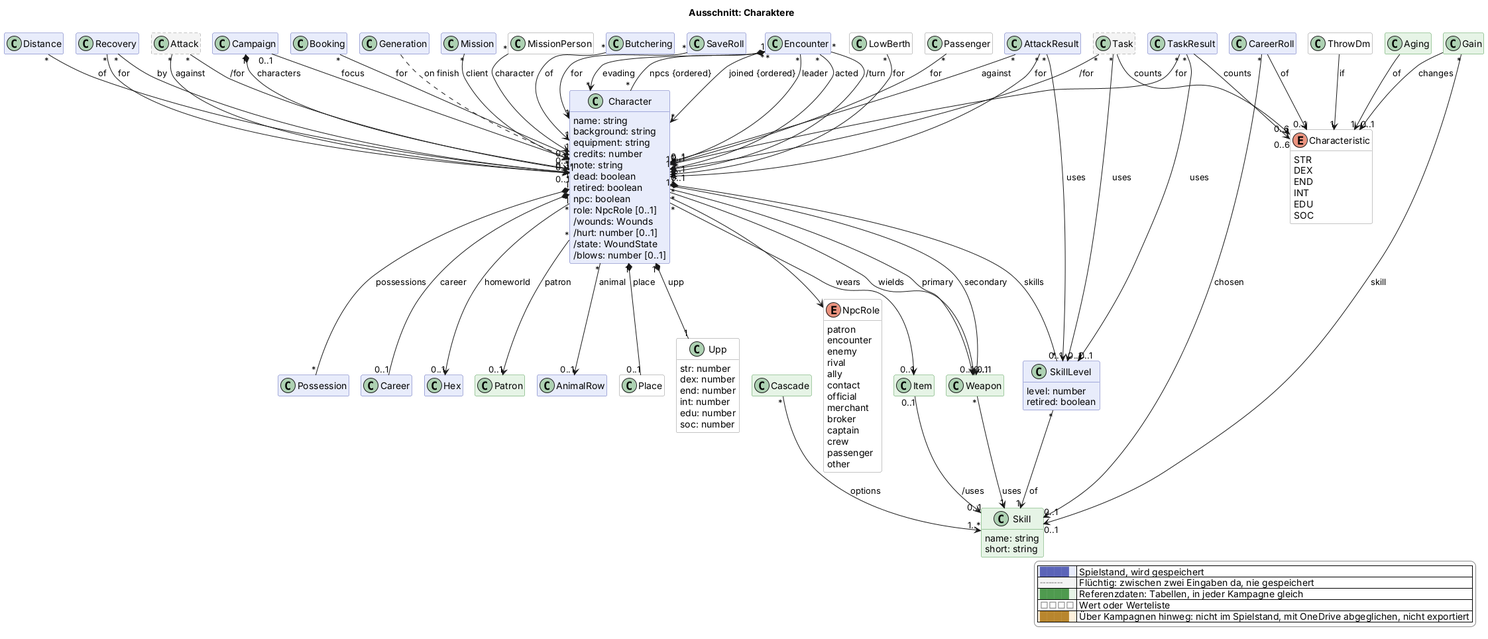
Earlier version of the PlantUML export docs/views/charakter.png (scuzzar/SRE).
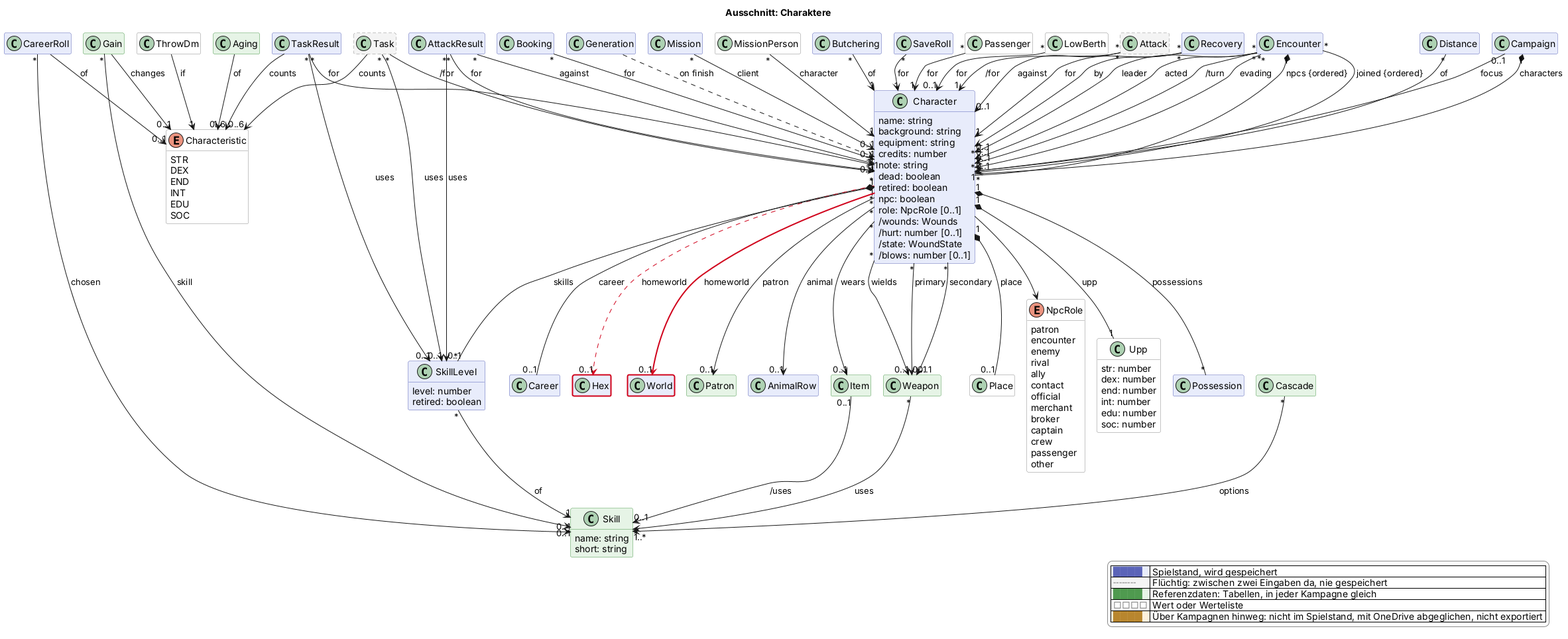
The same diagram one commit later.

Change to the diagram source:
```diff
@@ -122,6 +122,7 @@
   class CareerRoll $erschaffung
 
   class Hex $sektor
+  class World $sektor $newClass("2026-11-20b")
 
   class Mission $mission
   class MissionPerson <<value>> $mission
@@ -173,7 +174,8 @@
 
 Generation ..> Character : on finish
 Character "1" *-- "0..1" Career : career
-Character "*" --> "0..1" Hex : homeworld
+Character "*" -$goneArrow("2026-11-20b")-> "0..1" Hex : homeworld
+Character "*" -$newArrow("2026-11-20b")-> "0..1" World : homeworld
 Character "1" *-- "0..1" Place : place
 Character "*" --> "0..1" Patron : patron
 Mission "*" --> "0..1" Character : client
@@ -237,4 +239,5 @@
   |<#ffffff> <color:#8a8a8a>□□□□</color> | Wert oder Werteliste |
   |<#fdf1dc> <color:#b8862e>████</color> | Über Kampagnen hinweg: nicht im Spielstand, mit OneDrive abgeglichen, nicht exportiert |
 endlegend
+class Hex #line:d0021b;line.bold
 @enduml
```
